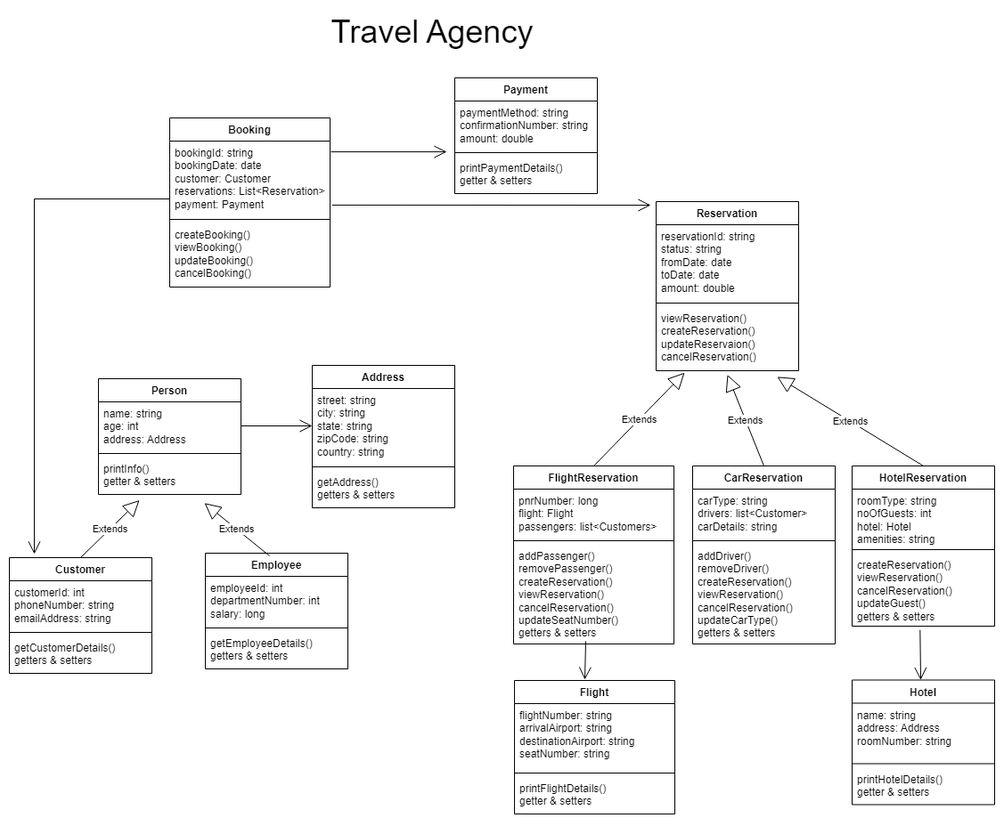
saranyag-solvd/Task-2-HW keeps this draw.io diagram as TravelAgency.drawio.png. Above is the earlier version. Source tidied: cells renumbered, new cells last; positions are measured from the earlier drawing's top-left corner, leaving out a move shared by most shapes.
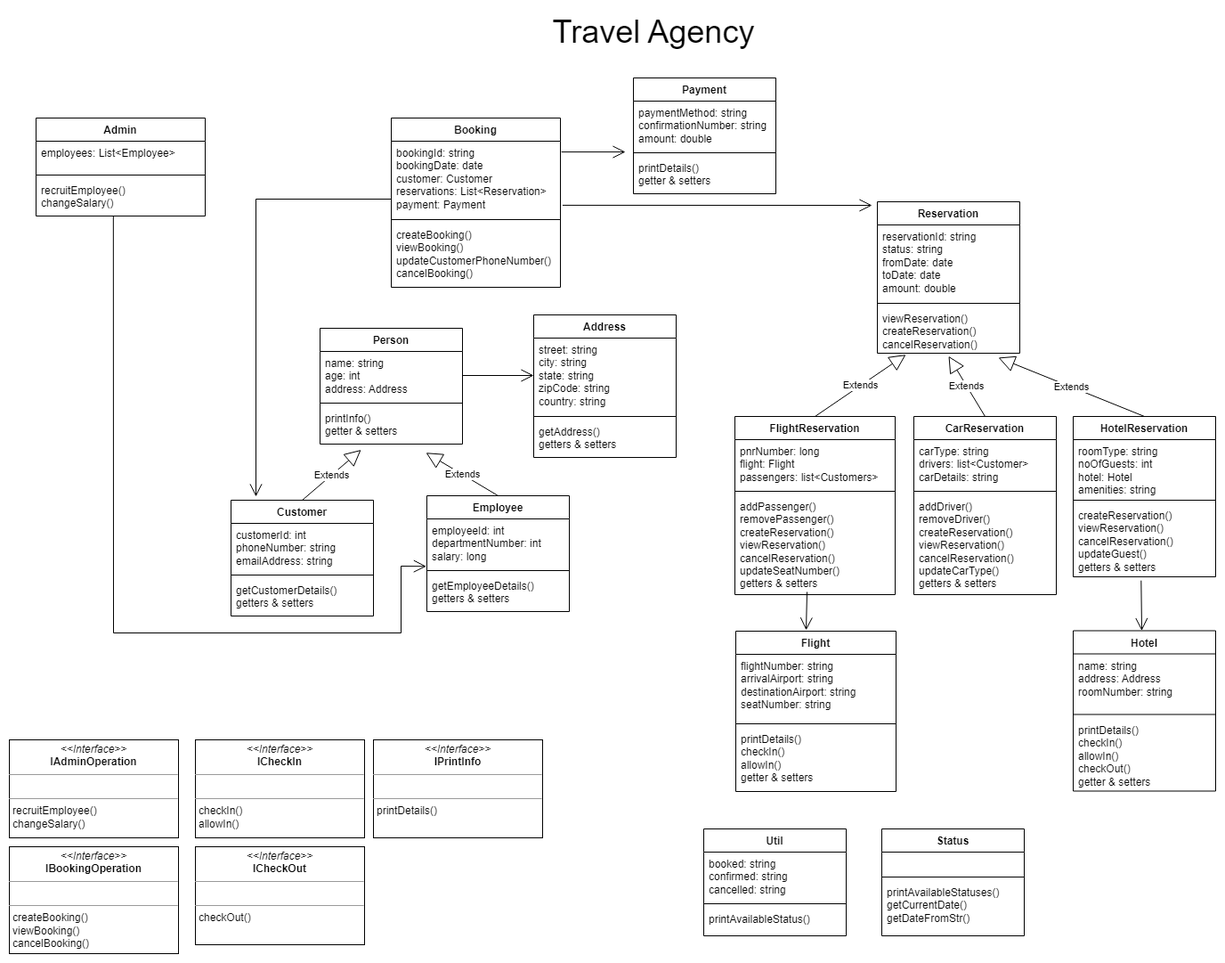
After the change.

Commit message:
HW4 - Diagram updated with latest classes

Change to the diagram source:
```diff
@@ -5,3 +5,3 @@
     <mxCell id="2" value="Person" style="swimlane;fontStyle=1;align=center;verticalAlign=top;horizontal=1;startSize=26;whiteSpace=wrap;html=1;" parent="1" vertex="1">
-      <mxGeometry x="100" y="415" width="160" height="130" as="geometry" />
+      <mxGeometry x="100" y="358" width="160" height="130" as="geometry" />
     </mxCell>
@@ -17,3 +17,3 @@
     <mxCell id="6" value="Customer" style="swimlane;fontStyle=1;align=center;verticalAlign=top;horizontal=1;startSize=26;whiteSpace=wrap;html=1;" parent="1" vertex="1">
-      <mxGeometry y="616" width="160" height="130" as="geometry" />
+      <mxGeometry y="551" width="160" height="130" as="geometry" />
     </mxCell>
@@ -29,3 +29,3 @@
     <mxCell id="10" value="Employee" style="swimlane;fontStyle=1;align=center;verticalAlign=top;horizontal=1;startSize=26;whiteSpace=wrap;html=1;" parent="1" vertex="1">
-      <mxGeometry x="220" y="611" width="160" height="130" as="geometry" />
+      <mxGeometry x="220" y="546" width="160" height="130" as="geometry" />
     </mxCell>
@@ -41,3 +41,3 @@
     <mxCell id="14" value="Address" style="swimlane;fontStyle=1;align=center;verticalAlign=top;horizontal=1;startSize=26;whiteSpace=wrap;html=1;" parent="1" vertex="1">
-      <mxGeometry x="340" y="400" width="160" height="160" as="geometry" />
+      <mxGeometry x="340" y="343" width="160" height="160" as="geometry" />
     </mxCell>
@@ -53,15 +53,15 @@
     <mxCell id="18" value="Booking" style="swimlane;fontStyle=1;align=center;verticalAlign=top;horizontal=1;startSize=26;whiteSpace=wrap;html=1;" parent="1" vertex="1">
-      <mxGeometry x="180" y="122" width="180" height="190" as="geometry" />
+      <mxGeometry x="180" y="122" width="190" height="190" as="geometry" />
     </mxCell>
     <mxCell id="19" value="bookingId: string&lt;br&gt;bookingDate: date&lt;br&gt;customer: Customer&lt;br&gt;reservations: List&amp;lt;Reservation&amp;gt;&lt;br&gt;payment: Payment" style="text;strokeColor=none;fillColor=none;align=left;verticalAlign=top;spacingLeft=4;spacingRight=4;overflow=hidden;points=[[0,0.5],[1,0.5]];portConstraint=eastwest;whiteSpace=wrap;html=1;" parent="18" vertex="1">
-      <mxGeometry y="26" width="180" height="84" as="geometry" />
+      <mxGeometry y="26" width="190" height="84" as="geometry" />
     </mxCell>
     <mxCell id="20" style="line;strokeWidth=1;fillColor=none;align=left;verticalAlign=middle;spacingTop=-1;spacingLeft=3;spacingRight=3;labelPosition=right;strokeColor=inherit;" parent="18" vertex="1">
-      <mxGeometry y="110" width="180" height="8" as="geometry" />
+      <mxGeometry y="110" width="190" height="8" as="geometry" />
     </mxCell>
-    <mxCell id="21" value="createBooking()&lt;br&gt;viewBooking()&lt;br&gt;updateBooking()&lt;br&gt;cancelBooking()" style="text;strokeColor=none;fillColor=none;align=left;verticalAlign=top;spacingLeft=4;spacingRight=4;overflow=hidden;whiteSpace=wrap;html=1;" parent="18" vertex="1">
-      <mxGeometry y="118" width="180" height="72" as="geometry" />
+    <mxCell id="21" value="createBooking()&lt;br&gt;viewBooking()&lt;br&gt;updateCustomerPhoneNumber()&lt;br&gt;cancelBooking()" style="text;strokeColor=none;fillColor=none;align=left;verticalAlign=top;spacingLeft=4;spacingRight=4;overflow=hidden;whiteSpace=wrap;html=1;" parent="18" vertex="1">
+      <mxGeometry y="118" width="190" height="72" as="geometry" />
     </mxCell>
     <mxCell id="22" value="FlightReservation" style="swimlane;fontStyle=1;align=center;verticalAlign=top;horizontal=1;startSize=26;whiteSpace=wrap;html=1;" parent="1" vertex="1">
-      <mxGeometry x="566" y="513" width="180" height="200" as="geometry" />
+      <mxGeometry x="566" y="457" width="180" height="200" as="geometry" />
     </mxCell>
@@ -77,3 +77,3 @@
     <mxCell id="26" value="Reservation" style="swimlane;fontStyle=1;align=center;verticalAlign=top;horizontal=1;startSize=26;whiteSpace=wrap;html=1;" parent="1" vertex="1">
-      <mxGeometry x="726" y="216" width="160" height="190" as="geometry" />
+      <mxGeometry x="726" y="216" width="160" height="170" as="geometry" />
     </mxCell>
@@ -85,7 +85,7 @@
     </mxCell>
-    <mxCell id="29" value="viewReservation()&lt;br&gt;createReservation()&lt;br&gt;updateReservaion()&lt;br&gt;cancelReservation()" style="text;strokeColor=none;fillColor=none;align=left;verticalAlign=top;spacingLeft=4;spacingRight=4;overflow=hidden;points=[[0,0.5],[1,0.5]];portConstraint=eastwest;whiteSpace=wrap;html=1;" parent="26" vertex="1">
-      <mxGeometry y="118" width="160" height="72" as="geometry" />
+    <mxCell id="29" value="viewReservation()&lt;br&gt;createReservation()&lt;br&gt;cancelReservation()" style="text;strokeColor=none;fillColor=none;align=left;verticalAlign=top;spacingLeft=4;spacingRight=4;overflow=hidden;points=[[0,0.5],[1,0.5]];portConstraint=eastwest;whiteSpace=wrap;html=1;" parent="26" vertex="1">
+      <mxGeometry y="118" width="160" height="52" as="geometry" />
     </mxCell>
     <mxCell id="30" value="Payment" style="swimlane;fontStyle=1;align=center;verticalAlign=top;horizontal=1;startSize=26;whiteSpace=wrap;html=1;" parent="1" vertex="1">
-      <mxGeometry x="500" y="77" width="160" height="130" as="geometry" />
+      <mxGeometry x="452" y="77" width="160" height="130" as="geometry" />
     </mxCell>
@@ -97,3 +97,3 @@
     </mxCell>
-    <mxCell id="33" value="printPaymentDetails()&lt;br&gt;getter &amp;amp; setters" style="text;strokeColor=none;fillColor=none;align=left;verticalAlign=top;spacingLeft=4;spacingRight=4;overflow=hidden;points=[[0,0.5],[1,0.5]];portConstraint=eastwest;whiteSpace=wrap;html=1;" parent="30" vertex="1">
+    <mxCell id="33" value="printDetails()&lt;br&gt;getter &amp;amp; setters" style="text;strokeColor=none;fillColor=none;align=left;verticalAlign=top;spacingLeft=4;spacingRight=4;overflow=hidden;points=[[0,0.5],[1,0.5]];portConstraint=eastwest;whiteSpace=wrap;html=1;" parent="30" vertex="1">
       <mxGeometry y="88" width="160" height="42" as="geometry" />
@@ -101,3 +101,3 @@
     <mxCell id="34" value="Flight" style="swimlane;fontStyle=1;align=center;verticalAlign=top;horizontal=1;startSize=26;whiteSpace=wrap;html=1;" parent="1" vertex="1">
-      <mxGeometry x="567" y="754" width="180" height="150" as="geometry" />
+      <mxGeometry x="567" y="698" width="180" height="180" as="geometry" />
     </mxCell>
@@ -109,7 +109,7 @@
     </mxCell>
-    <mxCell id="37" value="printFlightDetails()&lt;br&gt;getter &amp;amp; setters" style="text;strokeColor=none;fillColor=none;align=left;verticalAlign=top;spacingLeft=4;spacingRight=4;overflow=hidden;whiteSpace=wrap;html=1;" parent="34" vertex="1">
-      <mxGeometry y="108" width="180" height="42" as="geometry" />
+    <mxCell id="37" value="printDetails()&lt;br&gt;checkIn()&lt;br&gt;allowIn()&lt;br&gt;getter &amp;amp; setters" style="text;strokeColor=none;fillColor=none;align=left;verticalAlign=top;spacingLeft=4;spacingRight=4;overflow=hidden;whiteSpace=wrap;html=1;" parent="34" vertex="1">
+      <mxGeometry y="108" width="180" height="72" as="geometry" />
     </mxCell>
     <mxCell id="38" value="CarReservation" style="swimlane;fontStyle=1;align=center;verticalAlign=top;horizontal=1;startSize=26;whiteSpace=wrap;html=1;" parent="1" vertex="1">
-      <mxGeometry x="767" y="513" width="160" height="200" as="geometry" />
+      <mxGeometry x="767" y="457" width="160" height="200" as="geometry" />
     </mxCell>
@@ -125,3 +125,3 @@
     <mxCell id="42" value="HotelReservation" style="swimlane;fontStyle=1;align=center;verticalAlign=top;horizontal=1;startSize=26;whiteSpace=wrap;html=1;" parent="1" vertex="1">
-      <mxGeometry x="946" y="513" width="160" height="180" as="geometry" />
+      <mxGeometry x="946" y="457" width="160" height="180" as="geometry" />
     </mxCell>
@@ -137,3 +137,3 @@
     <mxCell id="46" value="Hotel" style="swimlane;fontStyle=1;align=center;verticalAlign=top;horizontal=1;startSize=26;whiteSpace=wrap;html=1;" parent="1" vertex="1">
-      <mxGeometry x="946" y="753.5" width="160" height="140" as="geometry" />
+      <mxGeometry x="946" y="697.5" width="160" height="180" as="geometry" />
     </mxCell>
@@ -145,4 +145,4 @@
     </mxCell>
-    <mxCell id="49" value="printHotelDetails()&lt;br&gt;getter &amp;amp; setters" style="text;strokeColor=none;fillColor=none;align=left;verticalAlign=top;spacingLeft=4;spacingRight=4;overflow=hidden;whiteSpace=wrap;html=1;" parent="46" vertex="1">
-      <mxGeometry y="98" width="160" height="42" as="geometry" />
+    <mxCell id="49" value="printDetails()&lt;br&gt;checkIn()&lt;br&gt;allowIn()&lt;br&gt;checkOut()&lt;br&gt;getter &amp;amp; setters" style="text;strokeColor=none;fillColor=none;align=left;verticalAlign=top;spacingLeft=4;spacingRight=4;overflow=hidden;whiteSpace=wrap;html=1;" parent="46" vertex="1">
+      <mxGeometry y="98" width="160" height="82" as="geometry" />
     </mxCell>
@@ -170,6 +170,4 @@
     </mxCell>
-    <mxCell id="55" value="Extends" style="endArrow=block;endSize=16;endFill=0;html=1;rounded=0;entryX=0.744;entryY=1.231;entryDx=0;entryDy=0;entryPerimeter=0;" parent="1" edge="1" target="5">
-      <mxGeometry relative="1" as="geometry">
-        <mxPoint x="292" y="614" as="sourcePoint" />
-      </mxGeometry>
+    <mxCell id="55" value="Extends" style="endArrow=block;endSize=16;endFill=0;html=1;rounded=0;entryX=0.744;entryY=1.231;entryDx=0;entryDy=0;entryPerimeter=0;exitX=0.5;exitY=0;exitDx=0;exitDy=0;" parent="1" edge="1" source="10" target="5">
+      <mxGeometry relative="1" as="geometry" />
     </mxCell>
@@ -177,3 +175,3 @@
       <mxGeometry relative="1" as="geometry">
-        <mxPoint x="647" y="710" as="sourcePoint" />
+        <mxPoint x="647" y="654" as="sourcePoint" />
       </mxGeometry>
@@ -182,3 +180,3 @@
       <mxGeometry relative="1" as="geometry">
-        <mxPoint x="1023" y="753.5" as="targetPoint" />
+        <mxPoint x="1023" y="697.5" as="targetPoint" />
       </mxGeometry>
@@ -197,2 +195,62 @@
     </mxCell>
+    <mxCell id="62" value="Util" style="swimlane;fontStyle=1;align=center;verticalAlign=top;horizontal=1;startSize=26;whiteSpace=wrap;html=1;" parent="1" vertex="1">
+      <mxGeometry x="531" y="920" width="160" height="120" as="geometry" />
+    </mxCell>
+    <mxCell id="63" value="booked: string&lt;br&gt;confirmed: string&lt;br&gt;cancelled: string" style="text;strokeColor=none;fillColor=none;align=left;verticalAlign=top;spacingLeft=4;spacingRight=4;overflow=hidden;whiteSpace=wrap;html=1;" parent="62" vertex="1">
+      <mxGeometry y="26" width="160" height="54" as="geometry" />
+    </mxCell>
+    <mxCell id="64" style="line;strokeWidth=1;fillColor=none;align=left;verticalAlign=middle;spacingTop=-1;spacingLeft=3;spacingRight=3;labelPosition=right;strokeColor=inherit;" parent="62" vertex="1">
+      <mxGeometry y="80" width="160" height="8" as="geometry" />
+    </mxCell>
+    <mxCell id="65" value="printAvailableStatus()" style="text;strokeColor=none;fillColor=none;align=left;verticalAlign=top;spacingLeft=4;spacingRight=4;overflow=hidden;whiteSpace=wrap;html=1;" parent="62" vertex="1">
+      <mxGeometry y="88" width="160" height="32" as="geometry" />
+    </mxCell>
+    <mxCell id="66" value="Status" style="swimlane;fontStyle=1;align=center;verticalAlign=top;horizontal=1;startSize=26;whiteSpace=wrap;html=1;" parent="1" vertex="1">
+      <mxGeometry x="731" y="920" width="160" height="120" as="geometry" />
+    </mxCell>
+    <mxCell id="67" value="&lt;br&gt;" style="text;strokeColor=none;fillColor=none;align=left;verticalAlign=top;spacingLeft=4;spacingRight=4;overflow=hidden;whiteSpace=wrap;html=1;" parent="66" vertex="1">
+      <mxGeometry y="26" width="160" height="24" as="geometry" />
+    </mxCell>
+    <mxCell id="68" style="line;strokeWidth=1;fillColor=none;align=left;verticalAlign=middle;spacingTop=-1;spacingLeft=3;spacingRight=3;labelPosition=right;strokeColor=inherit;" parent="66" vertex="1">
+      <mxGeometry y="50" width="160" height="8" as="geometry" />
+    </mxCell>
+    <mxCell id="69" value="printAvailableStatuses()&lt;br&gt;getCurrentDate()&lt;br&gt;getDateFromStr()" style="text;strokeColor=none;fillColor=none;align=left;verticalAlign=top;spacingLeft=4;spacingRight=4;overflow=hidden;whiteSpace=wrap;html=1;" parent="66" vertex="1">
+      <mxGeometry y="58" width="160" height="62" as="geometry" />
+    </mxCell>
+    <mxCell id="70" value="Admin" style="swimlane;fontStyle=1;align=center;verticalAlign=top;horizontal=1;startSize=26;whiteSpace=wrap;html=1;" parent="1" vertex="1">
+      <mxGeometry x="-219" y="122" width="190" height="110" as="geometry" />
+    </mxCell>
+    <mxCell id="71" value="employees: List&amp;lt;Employee&amp;gt;&lt;br&gt;" style="text;strokeColor=none;fillColor=none;align=left;verticalAlign=top;spacingLeft=4;spacingRight=4;overflow=hidden;whiteSpace=wrap;html=1;" parent="70" vertex="1">
+      <mxGeometry y="26" width="190" height="34" as="geometry" />
+    </mxCell>
+    <mxCell id="72" style="line;strokeWidth=1;fillColor=none;align=left;verticalAlign=middle;spacingTop=-1;spacingLeft=3;spacingRight=3;labelPosition=right;strokeColor=inherit;" parent="70" vertex="1">
+      <mxGeometry y="60" width="190" height="8" as="geometry" />
+    </mxCell>
+    <mxCell id="73" value="recruitEmployee()&lt;br&gt;changeSalary()" style="text;strokeColor=none;fillColor=none;align=left;verticalAlign=top;spacingLeft=4;spacingRight=4;overflow=hidden;points=[[0,0.5],[1,0.5]];portConstraint=eastwest;whiteSpace=wrap;html=1;" parent="70" vertex="1">
+      <mxGeometry y="68" width="190" height="42" as="geometry" />
+    </mxCell>
+    <mxCell id="74" style="endArrow=open;endFill=1;endSize=12;html=1;rounded=0;entryX=-0.004;entryY=-0.208;entryDx=0;entryDy=0;entryPerimeter=0;exitX=0.457;exitY=1.012;exitDx=0;exitDy=0;exitPerimeter=0;" parent="1" edge="1" source="73" target="13">
+      <mxGeometry relative="1" as="geometry">
+        <Array as="points">
+          <mxPoint x="-132" y="700" />
+          <mxPoint x="191" y="700" />
+          <mxPoint x="191" y="625" />
+        </Array>
+      </mxGeometry>
+    </mxCell>
+    <mxCell id="75" value="&lt;p style=&quot;margin:0px;margin-top:4px;text-align:center;&quot;&gt;&lt;i&gt;&amp;lt;&amp;lt;Interface&amp;gt;&amp;gt;&lt;/i&gt;&lt;br&gt;&lt;b&gt;IAdminOperation&lt;/b&gt;&lt;/p&gt;&lt;hr size=&quot;1&quot;&gt;&lt;p style=&quot;margin:0px;margin-left:4px;&quot;&gt;&lt;br&gt;&lt;/p&gt;&lt;hr size=&quot;1&quot;&gt;&lt;p style=&quot;margin:0px;margin-left:4px;&quot;&gt;recruitEmployee()&lt;/p&gt;&lt;p style=&quot;margin:0px;margin-left:4px;&quot;&gt;changeSalary()&lt;/p&gt;" style="verticalAlign=top;align=left;overflow=fill;fontSize=12;fontFamily=Helvetica;html=1;whiteSpace=wrap;" parent="1" vertex="1">
+      <mxGeometry x="-249" y="820" width="190" height="110" as="geometry" />
+    </mxCell>
+    <mxCell id="76" value="&lt;p style=&quot;margin:0px;margin-top:4px;text-align:center;&quot;&gt;&lt;i&gt;&amp;lt;&amp;lt;Interface&amp;gt;&amp;gt;&lt;/i&gt;&lt;br&gt;&lt;b&gt;IBookingOperation&lt;/b&gt;&lt;/p&gt;&lt;hr size=&quot;1&quot;&gt;&lt;p style=&quot;margin:0px;margin-left:4px;&quot;&gt;&lt;br&gt;&lt;/p&gt;&lt;hr size=&quot;1&quot;&gt;&lt;p style=&quot;margin:0px;margin-left:4px;&quot;&gt;createBooking()&lt;/p&gt;&lt;p style=&quot;margin:0px;margin-left:4px;&quot;&gt;viewBooking()&lt;/p&gt;&lt;p style=&quot;margin:0px;margin-left:4px;&quot;&gt;cancelBooking()&lt;/p&gt;" style="verticalAlign=top;align=left;overflow=fill;fontSize=12;fontFamily=Helvetica;html=1;whiteSpace=wrap;" parent="1" vertex="1">
+      <mxGeometry x="-249" y="940" width="190" height="120" as="geometry" />
+    </mxCell>
+    <mxCell id="77" value="&lt;p style=&quot;margin:0px;margin-top:4px;text-align:center;&quot;&gt;&lt;i&gt;&amp;lt;&amp;lt;Interface&amp;gt;&amp;gt;&lt;/i&gt;&lt;br&gt;&lt;b&gt;ICheckIn&lt;/b&gt;&lt;/p&gt;&lt;hr size=&quot;1&quot;&gt;&lt;p style=&quot;margin:0px;margin-left:4px;&quot;&gt;&lt;br&gt;&lt;/p&gt;&lt;hr size=&quot;1&quot;&gt;&lt;p style=&quot;margin:0px;margin-left:4px;&quot;&gt;checkIn()&lt;/p&gt;&lt;p style=&quot;margin:0px;margin-left:4px;&quot;&gt;allowIn()&lt;/p&gt;" style="verticalAlign=top;align=left;overflow=fill;fontSize=12;fontFamily=Helvetica;html=1;whiteSpace=wrap;" parent="1" vertex="1">
+      <mxGeometry x="-40" y="820" width="190" height="110" as="geometry" />
+    </mxCell>
+    <mxCell id="78" value="&lt;p style=&quot;margin:0px;margin-top:4px;text-align:center;&quot;&gt;&lt;i&gt;&amp;lt;&amp;lt;Interface&amp;gt;&amp;gt;&lt;/i&gt;&lt;br&gt;&lt;b&gt;ICheckOut&lt;/b&gt;&lt;/p&gt;&lt;hr size=&quot;1&quot;&gt;&lt;p style=&quot;margin:0px;margin-left:4px;&quot;&gt;&lt;br&gt;&lt;/p&gt;&lt;hr size=&quot;1&quot;&gt;&lt;p style=&quot;margin:0px;margin-left:4px;&quot;&gt;checkOut()&lt;/p&gt;" style="verticalAlign=top;align=left;overflow=fill;fontSize=12;fontFamily=Helvetica;html=1;whiteSpace=wrap;" parent="1" vertex="1">
+      <mxGeometry x="-40" y="940" width="190" height="110" as="geometry" />
+    </mxCell>
+    <mxCell id="79" value="&lt;p style=&quot;margin:0px;margin-top:4px;text-align:center;&quot;&gt;&lt;i&gt;&amp;lt;&amp;lt;Interface&amp;gt;&amp;gt;&lt;/i&gt;&lt;br&gt;&lt;b&gt;IPrintInfo&lt;/b&gt;&lt;/p&gt;&lt;hr size=&quot;1&quot;&gt;&lt;p style=&quot;margin:0px;margin-left:4px;&quot;&gt;&lt;br&gt;&lt;/p&gt;&lt;hr size=&quot;1&quot;&gt;&lt;p style=&quot;margin:0px;margin-left:4px;&quot;&gt;printDetails()&lt;/p&gt;" style="verticalAlign=top;align=left;overflow=fill;fontSize=12;fontFamily=Helvetica;html=1;whiteSpace=wrap;" parent="1" vertex="1">
+      <mxGeometry x="160" y="820" width="190" height="110" as="geometry" />
+    </mxCell>
   </root>
```
